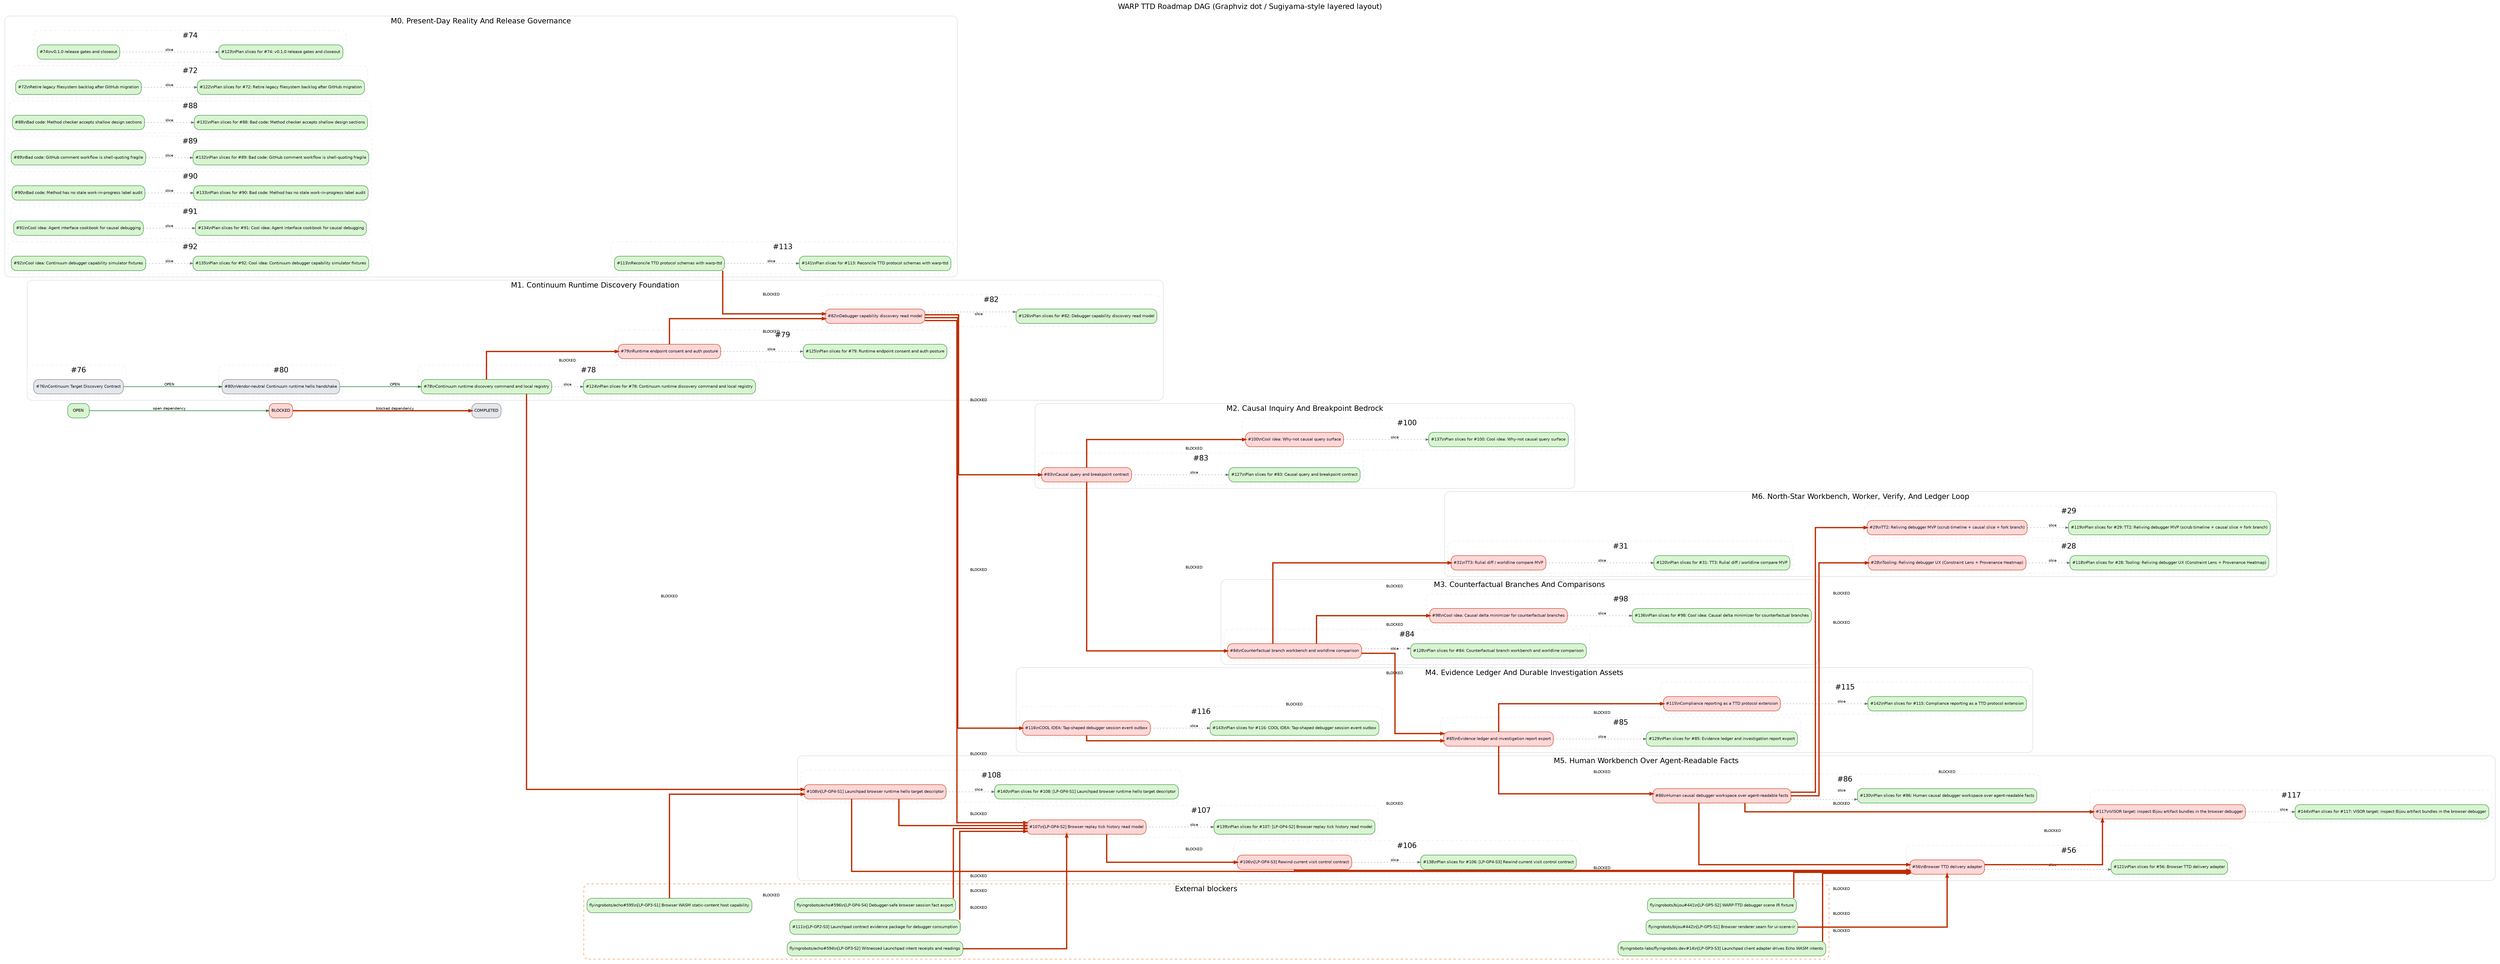
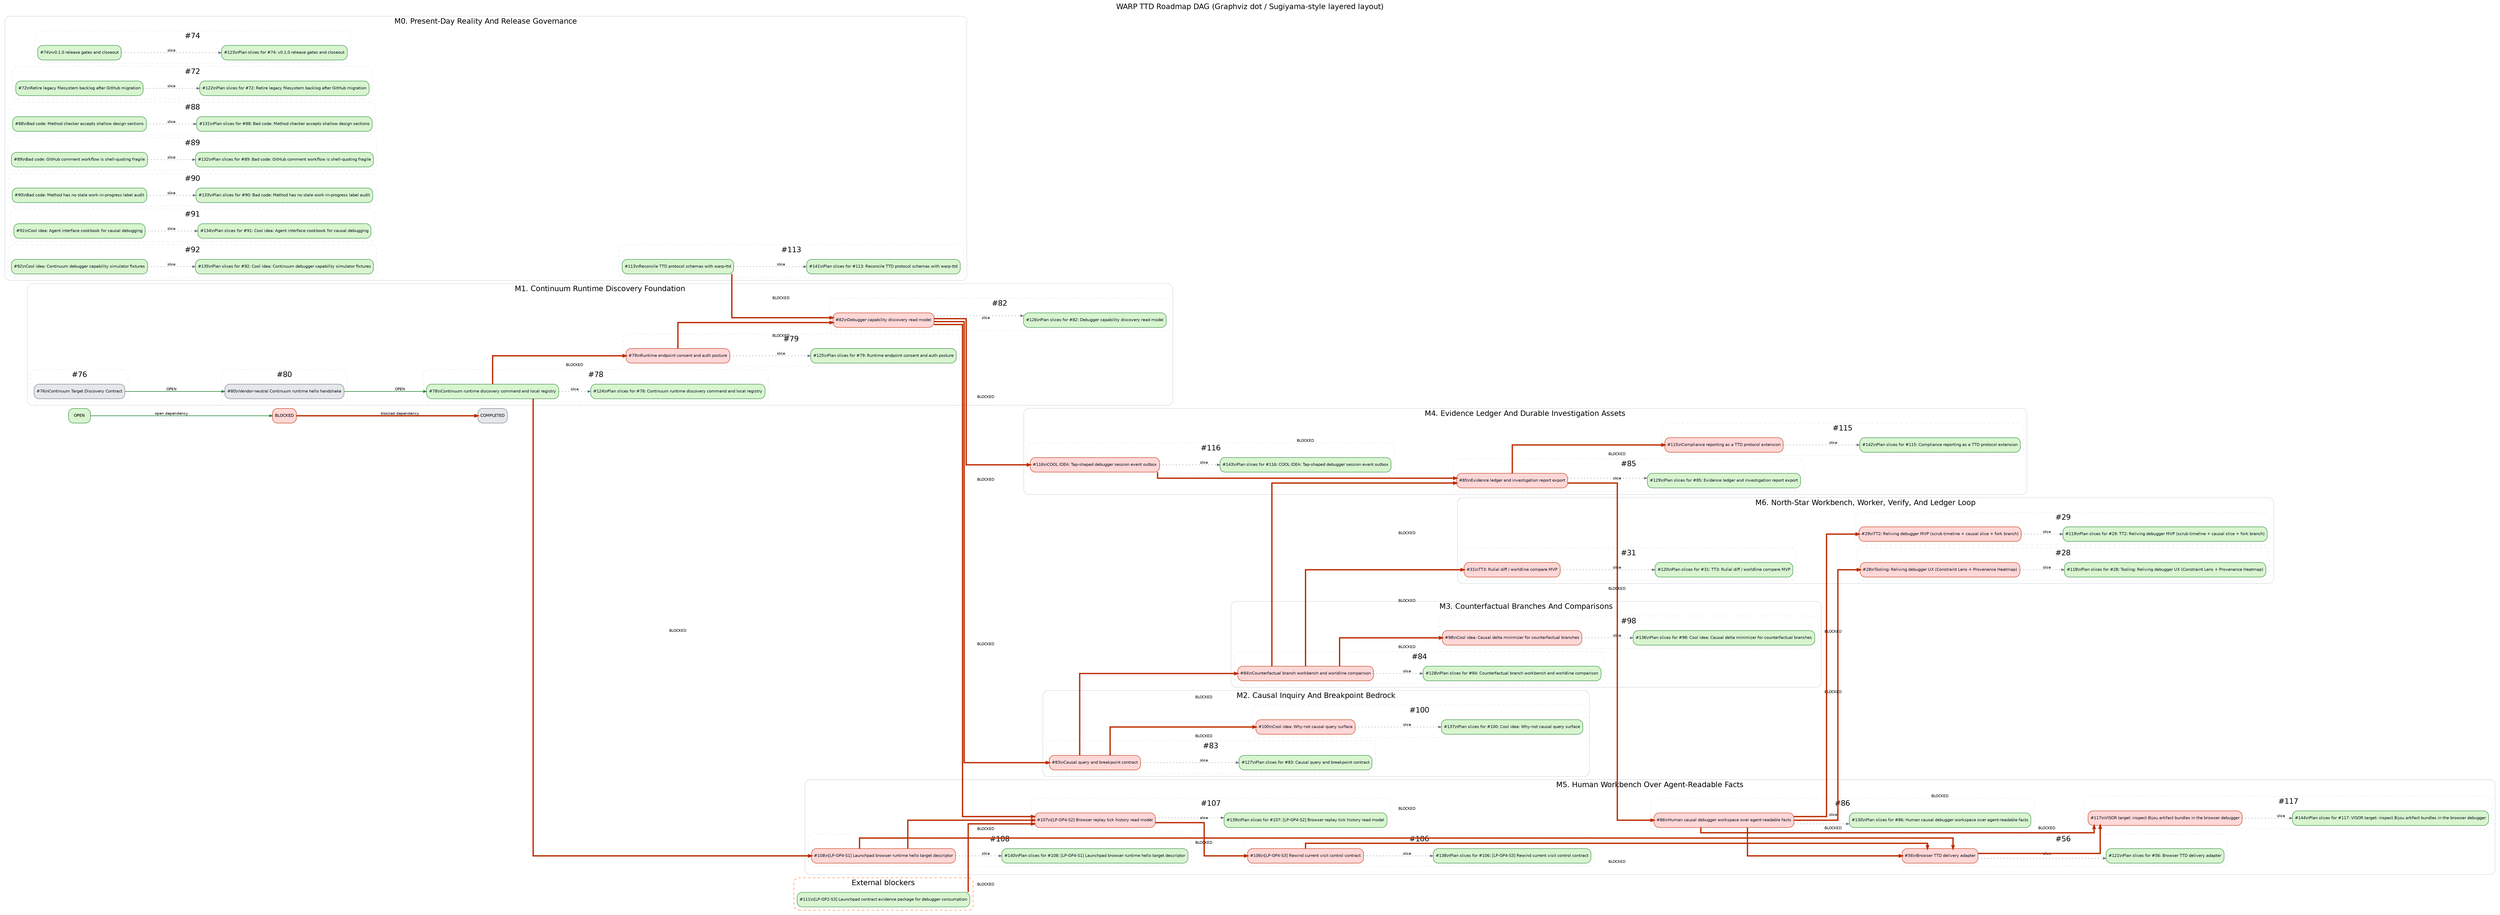
digraph RoadmapDAG {
  graph [layout=dot, rankdir=LR, compound=true, newrank=true, overlap=false, splines=ortho, bgcolor="white", fontname="Helvetica", label="WARP TTD Roadmap DAG (Graphviz dot / Sugiyama-style layered layout)", labelloc=t, fontsize=18];
  node [shape=box, style="rounded,filled", fontname="Helvetica", fontsize=10, margin="0.08,0.05"];
  edge [fontname="Helvetica", fontsize=9, arrowsize=0.7, color="#248232", penwidth=1.4];
  legend_open [label="OPEN", fillcolor="#d8f5d0", color="#248232"];
  legend_blocked [label="BLOCKED", fillcolor="#ffd7d7", color="#bd2c00"];
  legend_done [label="COMPLETED", fillcolor="#e5e7eb", color="#6b7280"];
  legend_open -> legend_blocked [label="open dependency", color="#248232", penwidth=1.4];
  legend_blocked -> legend_done [label="blocked dependency", color="#bd2c00", penwidth=3.2];
  subgraph cluster_M0 {
    label="M0. Present-Day Reality And Release Governance";
    color="#d1d5db";
    style="rounded";
    subgraph cluster_goalpost_74 {
      label="#74";
      color="#e5e7eb";
      style="rounded,dashed";
      issue_74 [label="#74\\nv0.1.0 release gates and closeout", fillcolor="#d8f5d0", color="#248232", fontcolor="#111827", URL="https://github.com/flyingrobots/warp-ttd/issues/74"];
      issue_123 [label="#123\\nPlan slices for #74: v0.1.0 release gates and closeout", fillcolor="#d8f5d0", color="#248232", fontcolor="#111827", URL="https://github.com/flyingrobots/warp-ttd/issues/123"];
      issue_74 -> issue_123 [style=dotted, color="#6b7280", penwidth=1.0, label="slice"];
    }
    subgraph cluster_goalpost_72 {
      label="#72";
      color="#e5e7eb";
      style="rounded,dashed";
      issue_72 [label="#72\\nRetire legacy filesystem backlog after GitHub migration", fillcolor="#d8f5d0", color="#248232", fontcolor="#111827", URL="https://github.com/flyingrobots/warp-ttd/issues/72"];
      issue_122 [label="#122\\nPlan slices for #72: Retire legacy filesystem backlog after GitHub migration", fillcolor="#d8f5d0", color="#248232", fontcolor="#111827", URL="https://github.com/flyingrobots/warp-ttd/issues/122"];
      issue_72 -> issue_122 [style=dotted, color="#6b7280", penwidth=1.0, label="slice"];
    }
    subgraph cluster_goalpost_88 {
      label="#88";
      color="#e5e7eb";
      style="rounded,dashed";
      issue_88 [label="#88\\nBad code: Method checker accepts shallow design sections", fillcolor="#d8f5d0", color="#248232", fontcolor="#111827", URL="https://github.com/flyingrobots/warp-ttd/issues/88"];
      issue_131 [label="#131\\nPlan slices for #88: Bad code: Method checker accepts shallow design sections", fillcolor="#d8f5d0", color="#248232", fontcolor="#111827", URL="https://github.com/flyingrobots/warp-ttd/issues/131"];
      issue_88 -> issue_131 [style=dotted, color="#6b7280", penwidth=1.0, label="slice"];
    }
    subgraph cluster_goalpost_89 {
      label="#89";
      color="#e5e7eb";
      style="rounded,dashed";
      issue_89 [label="#89\\nBad code: GitHub comment workflow is shell-quoting fragile", fillcolor="#d8f5d0", color="#248232", fontcolor="#111827", URL="https://github.com/flyingrobots/warp-ttd/issues/89"];
      issue_132 [label="#132\\nPlan slices for #89: Bad code: GitHub comment workflow is shell-quoting fragile", fillcolor="#d8f5d0", color="#248232", fontcolor="#111827", URL="https://github.com/flyingrobots/warp-ttd/issues/132"];
      issue_89 -> issue_132 [style=dotted, color="#6b7280", penwidth=1.0, label="slice"];
    }
    subgraph cluster_goalpost_90 {
      label="#90";
      color="#e5e7eb";
      style="rounded,dashed";
      issue_90 [label="#90\\nBad code: Method has no stale work-in-progress label audit", fillcolor="#d8f5d0", color="#248232", fontcolor="#111827", URL="https://github.com/flyingrobots/warp-ttd/issues/90"];
      issue_133 [label="#133\\nPlan slices for #90: Bad code: Method has no stale work-in-progress label audit", fillcolor="#d8f5d0", color="#248232", fontcolor="#111827", URL="https://github.com/flyingrobots/warp-ttd/issues/133"];
      issue_90 -> issue_133 [style=dotted, color="#6b7280", penwidth=1.0, label="slice"];
    }
    subgraph cluster_goalpost_91 {
      label="#91";
      color="#e5e7eb";
      style="rounded,dashed";
      issue_91 [label="#91\\nCool idea: Agent interface cookbook for causal debugging", fillcolor="#d8f5d0", color="#248232", fontcolor="#111827", URL="https://github.com/flyingrobots/warp-ttd/issues/91"];
      issue_134 [label="#134\\nPlan slices for #91: Cool idea: Agent interface cookbook for causal debugging", fillcolor="#d8f5d0", color="#248232", fontcolor="#111827", URL="https://github.com/flyingrobots/warp-ttd/issues/134"];
      issue_91 -> issue_134 [style=dotted, color="#6b7280", penwidth=1.0, label="slice"];
    }
    subgraph cluster_goalpost_92 {
      label="#92";
      color="#e5e7eb";
      style="rounded,dashed";
      issue_92 [label="#92\\nCool idea: Continuum debugger capability simulator fixtures", fillcolor="#d8f5d0", color="#248232", fontcolor="#111827", URL="https://github.com/flyingrobots/warp-ttd/issues/92"];
      issue_135 [label="#135\\nPlan slices for #92: Cool idea: Continuum debugger capability simulator fixtures", fillcolor="#d8f5d0", color="#248232", fontcolor="#111827", URL="https://github.com/flyingrobots/warp-ttd/issues/135"];
      issue_92 -> issue_135 [style=dotted, color="#6b7280", penwidth=1.0, label="slice"];
    }
    subgraph cluster_goalpost_113 {
      label="#113";
      color="#e5e7eb";
      style="rounded,dashed";
      issue_113 [label="#113\\nReconcile TTD protocol schemas with warp-ttd", fillcolor="#d8f5d0", color="#248232", fontcolor="#111827", URL="https://github.com/flyingrobots/warp-ttd/issues/113"];
      issue_141 [label="#141\\nPlan slices for #113: Reconcile TTD protocol schemas with warp-ttd", fillcolor="#d8f5d0", color="#248232", fontcolor="#111827", URL="https://github.com/flyingrobots/warp-ttd/issues/141"];
      issue_113 -> issue_141 [style=dotted, color="#6b7280", penwidth=1.0, label="slice"];
    }
  }
  subgraph cluster_M1 {
    label="M1. Continuum Runtime Discovery Foundation";
    color="#d1d5db";
    style="rounded";
    subgraph cluster_goalpost_76 {
      label="#76";
      color="#e5e7eb";
      style="rounded,dashed";
      issue_76 [label="#76\\nContinuum Target Discovery Contract", fillcolor="#e5e7eb", color="#6b7280", fontcolor="#111827", URL="https://github.com/flyingrobots/warp-ttd/issues/76"];
    }
    subgraph cluster_goalpost_80 {
      label="#80";
      color="#e5e7eb";
      style="rounded,dashed";
      issue_80 [label="#80\\nVendor-neutral Continuum runtime hello handshake", fillcolor="#e5e7eb", color="#6b7280", fontcolor="#111827", URL="https://github.com/flyingrobots/warp-ttd/issues/80"];
    }
    subgraph cluster_goalpost_78 {
      label="#78";
      color="#e5e7eb";
      style="rounded,dashed";
      issue_78 [label="#78\\nContinuum runtime discovery command and local registry", fillcolor="#d8f5d0", color="#248232", fontcolor="#111827", URL="https://github.com/flyingrobots/warp-ttd/issues/78"];
      issue_124 [label="#124\\nPlan slices for #78: Continuum runtime discovery command and local registry", fillcolor="#d8f5d0", color="#248232", fontcolor="#111827", URL="https://github.com/flyingrobots/warp-ttd/issues/124"];
      issue_78 -> issue_124 [style=dotted, color="#6b7280", penwidth=1.0, label="slice"];
    }
    subgraph cluster_goalpost_79 {
      label="#79";
      color="#e5e7eb";
      style="rounded,dashed";
      issue_79 [label="#79\\nRuntime endpoint consent and auth posture", fillcolor="#ffd7d7", color="#bd2c00", fontcolor="#111827", URL="https://github.com/flyingrobots/warp-ttd/issues/79"];
      issue_125 [label="#125\\nPlan slices for #79: Runtime endpoint consent and auth posture", fillcolor="#d8f5d0", color="#248232", fontcolor="#111827", URL="https://github.com/flyingrobots/warp-ttd/issues/125"];
      issue_79 -> issue_125 [style=dotted, color="#6b7280", penwidth=1.0, label="slice"];
    }
    subgraph cluster_goalpost_82 {
      label="#82";
      color="#e5e7eb";
      style="rounded,dashed";
      issue_82 [label="#82\\nDebugger capability discovery read model", fillcolor="#ffd7d7", color="#bd2c00", fontcolor="#111827", URL="https://github.com/flyingrobots/warp-ttd/issues/82"];
      issue_126 [label="#126\\nPlan slices for #82: Debugger capability discovery read model", fillcolor="#d8f5d0", color="#248232", fontcolor="#111827", URL="https://github.com/flyingrobots/warp-ttd/issues/126"];
      issue_82 -> issue_126 [style=dotted, color="#6b7280", penwidth=1.0, label="slice"];
    }
  }
  subgraph cluster_M2 {
    label="M2. Causal Inquiry And Breakpoint Bedrock";
    color="#d1d5db";
    style="rounded";
    subgraph cluster_goalpost_83 {
      label="#83";
      color="#e5e7eb";
      style="rounded,dashed";
      issue_83 [label="#83\\nCausal query and breakpoint contract", fillcolor="#ffd7d7", color="#bd2c00", fontcolor="#111827", URL="https://github.com/flyingrobots/warp-ttd/issues/83"];
      issue_127 [label="#127\\nPlan slices for #83: Causal query and breakpoint contract", fillcolor="#d8f5d0", color="#248232", fontcolor="#111827", URL="https://github.com/flyingrobots/warp-ttd/issues/127"];
      issue_83 -> issue_127 [style=dotted, color="#6b7280", penwidth=1.0, label="slice"];
    }
    subgraph cluster_goalpost_100 {
      label="#100";
      color="#e5e7eb";
      style="rounded,dashed";
      issue_100 [label="#100\\nCool idea: Why-not causal query surface", fillcolor="#ffd7d7", color="#bd2c00", fontcolor="#111827", URL="https://github.com/flyingrobots/warp-ttd/issues/100"];
      issue_137 [label="#137\\nPlan slices for #100: Cool idea: Why-not causal query surface", fillcolor="#d8f5d0", color="#248232", fontcolor="#111827", URL="https://github.com/flyingrobots/warp-ttd/issues/137"];
      issue_100 -> issue_137 [style=dotted, color="#6b7280", penwidth=1.0, label="slice"];
    }
  }
  subgraph cluster_M3 {
    label="M3. Counterfactual Branches And Comparisons";
    color="#d1d5db";
    style="rounded";
    subgraph cluster_goalpost_84 {
      label="#84";
      color="#e5e7eb";
      style="rounded,dashed";
      issue_84 [label="#84\\nCounterfactual branch workbench and worldline comparison", fillcolor="#ffd7d7", color="#bd2c00", fontcolor="#111827", URL="https://github.com/flyingrobots/warp-ttd/issues/84"];
      issue_128 [label="#128\\nPlan slices for #84: Counterfactual branch workbench and worldline comparison", fillcolor="#d8f5d0", color="#248232", fontcolor="#111827", URL="https://github.com/flyingrobots/warp-ttd/issues/128"];
      issue_84 -> issue_128 [style=dotted, color="#6b7280", penwidth=1.0, label="slice"];
    }
    subgraph cluster_goalpost_98 {
      label="#98";
      color="#e5e7eb";
      style="rounded,dashed";
      issue_98 [label="#98\\nCool idea: Causal delta minimizer for counterfactual branches", fillcolor="#ffd7d7", color="#bd2c00", fontcolor="#111827", URL="https://github.com/flyingrobots/warp-ttd/issues/98"];
      issue_136 [label="#136\\nPlan slices for #98: Cool idea: Causal delta minimizer for counterfactual branches", fillcolor="#d8f5d0", color="#248232", fontcolor="#111827", URL="https://github.com/flyingrobots/warp-ttd/issues/136"];
      issue_98 -> issue_136 [style=dotted, color="#6b7280", penwidth=1.0, label="slice"];
    }
  }
  subgraph cluster_M4 {
    label="M4. Evidence Ledger And Durable Investigation Assets";
    color="#d1d5db";
    style="rounded";
    subgraph cluster_goalpost_116 {
      label="#116";
      color="#e5e7eb";
      style="rounded,dashed";
      issue_116 [label="#116\\nCOOL IDEA: Tap-shaped debugger session event outbox", fillcolor="#ffd7d7", color="#bd2c00", fontcolor="#111827", URL="https://github.com/flyingrobots/warp-ttd/issues/116"];
      issue_143 [label="#143\\nPlan slices for #116: COOL IDEA: Tap-shaped debugger session event outbox", fillcolor="#d8f5d0", color="#248232", fontcolor="#111827", URL="https://github.com/flyingrobots/warp-ttd/issues/143"];
      issue_116 -> issue_143 [style=dotted, color="#6b7280", penwidth=1.0, label="slice"];
    }
    subgraph cluster_goalpost_85 {
      label="#85";
      color="#e5e7eb";
      style="rounded,dashed";
      issue_85 [label="#85\\nEvidence ledger and investigation report export", fillcolor="#ffd7d7", color="#bd2c00", fontcolor="#111827", URL="https://github.com/flyingrobots/warp-ttd/issues/85"];
      issue_129 [label="#129\\nPlan slices for #85: Evidence ledger and investigation report export", fillcolor="#d8f5d0", color="#248232", fontcolor="#111827", URL="https://github.com/flyingrobots/warp-ttd/issues/129"];
      issue_85 -> issue_129 [style=dotted, color="#6b7280", penwidth=1.0, label="slice"];
    }
    subgraph cluster_goalpost_115 {
      label="#115";
      color="#e5e7eb";
      style="rounded,dashed";
      issue_115 [label="#115\\nCompliance reporting as a TTD protocol extension", fillcolor="#ffd7d7", color="#bd2c00", fontcolor="#111827", URL="https://github.com/flyingrobots/warp-ttd/issues/115"];
      issue_142 [label="#142\\nPlan slices for #115: Compliance reporting as a TTD protocol extension", fillcolor="#d8f5d0", color="#248232", fontcolor="#111827", URL="https://github.com/flyingrobots/warp-ttd/issues/142"];
      issue_115 -> issue_142 [style=dotted, color="#6b7280", penwidth=1.0, label="slice"];
    }
  }
  subgraph cluster_M5 {
    label="M5. Human Workbench Over Agent-Readable Facts";
    color="#d1d5db";
    style="rounded";
    subgraph cluster_goalpost_86 {
      label="#86";
      color="#e5e7eb";
      style="rounded,dashed";
      issue_86 [label="#86\\nHuman causal debugger workspace over agent-readable facts", fillcolor="#ffd7d7", color="#bd2c00", fontcolor="#111827", URL="https://github.com/flyingrobots/warp-ttd/issues/86"];
      issue_130 [label="#130\\nPlan slices for #86: Human causal debugger workspace over agent-readable facts", fillcolor="#d8f5d0", color="#248232", fontcolor="#111827", URL="https://github.com/flyingrobots/warp-ttd/issues/130"];
      issue_86 -> issue_130 [style=dotted, color="#6b7280", penwidth=1.0, label="slice"];
    }
    subgraph cluster_goalpost_108 {
      label="#108";
      color="#e5e7eb";
      style="rounded,dashed";
      issue_108 [label="#108\\n[LP-GP4-S1] Launchpad browser runtime hello target descriptor", fillcolor="#ffd7d7", color="#bd2c00", fontcolor="#111827", URL="https://github.com/flyingrobots/warp-ttd/issues/108"];
      issue_140 [label="#140\\nPlan slices for #108: [LP-GP4-S1] Launchpad browser runtime hello target descriptor", fillcolor="#d8f5d0", color="#248232", fontcolor="#111827", URL="https://github.com/flyingrobots/warp-ttd/issues/140"];
      issue_108 -> issue_140 [style=dotted, color="#6b7280", penwidth=1.0, label="slice"];
    }
    subgraph cluster_goalpost_107 {
      label="#107";
      color="#e5e7eb";
      style="rounded,dashed";
      issue_107 [label="#107\\n[LP-GP4-S2] Browser replay tick history read model", fillcolor="#ffd7d7", color="#bd2c00", fontcolor="#111827", URL="https://github.com/flyingrobots/warp-ttd/issues/107"];
      issue_139 [label="#139\\nPlan slices for #107: [LP-GP4-S2] Browser replay tick history read model", fillcolor="#d8f5d0", color="#248232", fontcolor="#111827", URL="https://github.com/flyingrobots/warp-ttd/issues/139"];
      issue_107 -> issue_139 [style=dotted, color="#6b7280", penwidth=1.0, label="slice"];
    }
    subgraph cluster_goalpost_106 {
      label="#106";
      color="#e5e7eb";
      style="rounded,dashed";
      issue_106 [label="#106\\n[LP-GP4-S3] Rewind current visit control contract", fillcolor="#ffd7d7", color="#bd2c00", fontcolor="#111827", URL="https://github.com/flyingrobots/warp-ttd/issues/106"];
      issue_138 [label="#138\\nPlan slices for #106: [LP-GP4-S3] Rewind current visit control contract", fillcolor="#d8f5d0", color="#248232", fontcolor="#111827", URL="https://github.com/flyingrobots/warp-ttd/issues/138"];
      issue_106 -> issue_138 [style=dotted, color="#6b7280", penwidth=1.0, label="slice"];
    }
    subgraph cluster_goalpost_56 {
      label="#56";
      color="#e5e7eb";
      style="rounded,dashed";
      issue_56 [label="#56\\nBrowser TTD delivery adapter", fillcolor="#ffd7d7", color="#bd2c00", fontcolor="#111827", URL="https://github.com/flyingrobots/warp-ttd/issues/56"];
      issue_121 [label="#121\\nPlan slices for #56: Browser TTD delivery adapter", fillcolor="#d8f5d0", color="#248232", fontcolor="#111827", URL="https://github.com/flyingrobots/warp-ttd/issues/121"];
      issue_56 -> issue_121 [style=dotted, color="#6b7280", penwidth=1.0, label="slice"];
    }
    subgraph cluster_goalpost_117 {
      label="#117";
      color="#e5e7eb";
      style="rounded,dashed";
      issue_117 [label="#117\\nVISOR target: inspect Bijou artifact bundles in the browser debugger", fillcolor="#ffd7d7", color="#bd2c00", fontcolor="#111827", URL="https://github.com/flyingrobots/warp-ttd/issues/117"];
      issue_144 [label="#144\\nPlan slices for #117: VISOR target: inspect Bijou artifact bundles in the browser debugger", fillcolor="#d8f5d0", color="#248232", fontcolor="#111827", URL="https://github.com/flyingrobots/warp-ttd/issues/144"];
      issue_117 -> issue_144 [style=dotted, color="#6b7280", penwidth=1.0, label="slice"];
    }
  }
  subgraph cluster_M6 {
    label="M6. North-Star Workbench, Worker, Verify, And Ledger Loop";
    color="#d1d5db";
    style="rounded";
    subgraph cluster_goalpost_28 {
      label="#28";
      color="#e5e7eb";
      style="rounded,dashed";
      issue_28 [label="#28\\nTooling: Reliving debugger UX (Constraint Lens + Provenance Heatmap)", fillcolor="#ffd7d7", color="#bd2c00", fontcolor="#111827", URL="https://github.com/flyingrobots/warp-ttd/issues/28"];
      issue_118 [label="#118\\nPlan slices for #28: Tooling: Reliving debugger UX (Constraint Lens + Provenance Heatmap)", fillcolor="#d8f5d0", color="#248232", fontcolor="#111827", URL="https://github.com/flyingrobots/warp-ttd/issues/118"];
      issue_28 -> issue_118 [style=dotted, color="#6b7280", penwidth=1.0, label="slice"];
    }
    subgraph cluster_goalpost_29 {
      label="#29";
      color="#e5e7eb";
      style="rounded,dashed";
      issue_29 [label="#29\\nTT2: Reliving debugger MVP (scrub timeline + causal slice + fork branch)", fillcolor="#ffd7d7", color="#bd2c00", fontcolor="#111827", URL="https://github.com/flyingrobots/warp-ttd/issues/29"];
      issue_119 [label="#119\\nPlan slices for #29: TT2: Reliving debugger MVP (scrub timeline + causal slice + fork branch)", fillcolor="#d8f5d0", color="#248232", fontcolor="#111827", URL="https://github.com/flyingrobots/warp-ttd/issues/119"];
      issue_29 -> issue_119 [style=dotted, color="#6b7280", penwidth=1.0, label="slice"];
    }
    subgraph cluster_goalpost_31 {
      label="#31";
      color="#e5e7eb";
      style="rounded,dashed";
      issue_31 [label="#31\\nTT3: Rulial diff / worldline compare MVP", fillcolor="#ffd7d7", color="#bd2c00", fontcolor="#111827", URL="https://github.com/flyingrobots/warp-ttd/issues/31"];
      issue_120 [label="#120\\nPlan slices for #31: TT3: Rulial diff / worldline compare MVP", fillcolor="#d8f5d0", color="#248232", fontcolor="#111827", URL="https://github.com/flyingrobots/warp-ttd/issues/120"];
      issue_31 -> issue_120 [style=dotted, color="#6b7280", penwidth=1.0, label="slice"];
    }
  }
  subgraph cluster_external {
    label="External blockers";
    color="#f97316";
    style="rounded,dashed";
-     issue_14 [label="flyingrobots-labs/flyingrobots.dev#14\\n[LP-GP3-S3] Launchpad client adapter drives Echo WASM intents", fillcolor="#d8f5d0", color="#248232", fontcolor="#111827", URL="https://github.com/flyingrobots-labs/flyingrobots.dev/issues/14"];
    issue_111 [label="#111\\n[LP-GP2-S3] Launchpad contract evidence package for debugger consumption", fillcolor="#d8f5d0", color="#248232", fontcolor="#111827", URL="https://github.com/flyingrobots/warp-ttd/issues/111"];
-     issue_441 [label="flyingrobots/bijou#441\\n[LP-GP5-S2] WARP-TTD debugger scene IR fixture", fillcolor="#d8f5d0", color="#248232", fontcolor="#111827", URL="https://github.com/flyingrobots/bijou/issues/441"];
-     issue_442 [label="flyingrobots/bijou#442\\n[LP-GP5-S1] Browser renderer seam for ui-scene-ir", fillcolor="#d8f5d0", color="#248232", fontcolor="#111827", URL="https://github.com/flyingrobots/bijou/issues/442"];
-     issue_594 [label="flyingrobots/echo#594\\n[LP-GP3-S2] Witnessed Launchpad intent receipts and readings", fillcolor="#d8f5d0", color="#248232", fontcolor="#111827", URL="https://github.com/flyingrobots/echo/issues/594"];
-     issue_595 [label="flyingrobots/echo#595\\n[LP-GP3-S1] Browser WASM static-content host capability", fillcolor="#d8f5d0", color="#248232", fontcolor="#111827", URL="https://github.com/flyingrobots/echo/issues/595"];
-     issue_596 [label="flyingrobots/echo#596\\n[LP-GP4-S4] Debugger-safe browser session fact export", fillcolor="#d8f5d0", color="#248232", fontcolor="#111827", URL="https://github.com/flyingrobots/echo/issues/596"];
  }
  issue_76 -> issue_80 [label="OPEN", color="#248232", penwidth=1.4, style=solid];
  issue_80 -> issue_78 [label="OPEN", color="#248232", penwidth=1.4, style=solid];
  issue_78 -> issue_79 [label="BLOCKED", color="#bd2c00", penwidth=3.2, style=solid];
+   issue_113 -> issue_82 [label="BLOCKED", color="#bd2c00", penwidth=3.2, style=solid];
  issue_79 -> issue_82 [label="BLOCKED", color="#bd2c00", penwidth=3.2, style=solid];
-   issue_113 -> issue_82 [label="BLOCKED", color="#bd2c00", penwidth=3.2, style=solid];
  issue_82 -> issue_83 [label="BLOCKED", color="#bd2c00", penwidth=3.2, style=solid];
  issue_83 -> issue_100 [label="BLOCKED", color="#bd2c00", penwidth=3.2, style=solid];
  issue_83 -> issue_84 [label="BLOCKED", color="#bd2c00", penwidth=3.2, style=solid];
  issue_84 -> issue_98 [label="BLOCKED", color="#bd2c00", penwidth=3.2, style=solid];
  issue_82 -> issue_116 [label="BLOCKED", color="#bd2c00", penwidth=3.2, style=solid];
+   issue_116 -> issue_85 [label="BLOCKED", color="#bd2c00", penwidth=3.2, style=solid];
  issue_84 -> issue_85 [label="BLOCKED", color="#bd2c00", penwidth=3.2, style=solid];
-   issue_116 -> issue_85 [label="BLOCKED", color="#bd2c00", penwidth=3.2, style=solid];
  issue_85 -> issue_115 [label="BLOCKED", color="#bd2c00", penwidth=3.2, style=solid];
  issue_85 -> issue_86 [label="BLOCKED", color="#bd2c00", penwidth=3.2, style=solid];
  issue_78 -> issue_108 [label="BLOCKED", color="#bd2c00", penwidth=3.2, style=solid];
-   issue_595 -> issue_108 [label="BLOCKED", color="#bd2c00", penwidth=3.2, style=solid];
  issue_82 -> issue_107 [label="BLOCKED", color="#bd2c00", penwidth=3.2, style=solid];
  issue_108 -> issue_107 [label="BLOCKED", color="#bd2c00", penwidth=3.2, style=solid];
  issue_111 -> issue_107 [label="BLOCKED", color="#bd2c00", penwidth=3.2, style=solid];
-   issue_594 -> issue_107 [label="BLOCKED", color="#bd2c00", penwidth=3.2, style=solid];
-   issue_596 -> issue_107 [label="BLOCKED", color="#bd2c00", penwidth=3.2, style=solid];
  issue_107 -> issue_106 [label="BLOCKED", color="#bd2c00", penwidth=3.2, style=solid];
-   issue_14 -> issue_56 [label="BLOCKED", color="#bd2c00", penwidth=3.2, style=solid];
  issue_86 -> issue_56 [label="BLOCKED", color="#bd2c00", penwidth=3.2, style=solid];
+   issue_108 -> issue_56 [label="BLOCKED", color="#bd2c00", penwidth=3.2, style=solid];
  issue_106 -> issue_56 [label="BLOCKED", color="#bd2c00", penwidth=3.2, style=solid];
-   issue_108 -> issue_56 [label="BLOCKED", color="#bd2c00", penwidth=3.2, style=solid];
-   issue_441 -> issue_56 [label="BLOCKED", color="#bd2c00", penwidth=3.2, style=solid];
-   issue_442 -> issue_56 [label="BLOCKED", color="#bd2c00", penwidth=3.2, style=solid];
+   issue_86 -> issue_117 [label="BLOCKED", color="#bd2c00", penwidth=3.2, style=solid];
  issue_56 -> issue_117 [label="BLOCKED", color="#bd2c00", penwidth=3.2, style=solid];
-   issue_86 -> issue_117 [label="BLOCKED", color="#bd2c00", penwidth=3.2, style=solid];
  issue_86 -> issue_28 [label="BLOCKED", color="#bd2c00", penwidth=3.2, style=solid];
  issue_86 -> issue_29 [label="BLOCKED", color="#bd2c00", penwidth=3.2, style=solid];
  issue_84 -> issue_31 [label="BLOCKED", color="#bd2c00", penwidth=3.2, style=solid];
}
